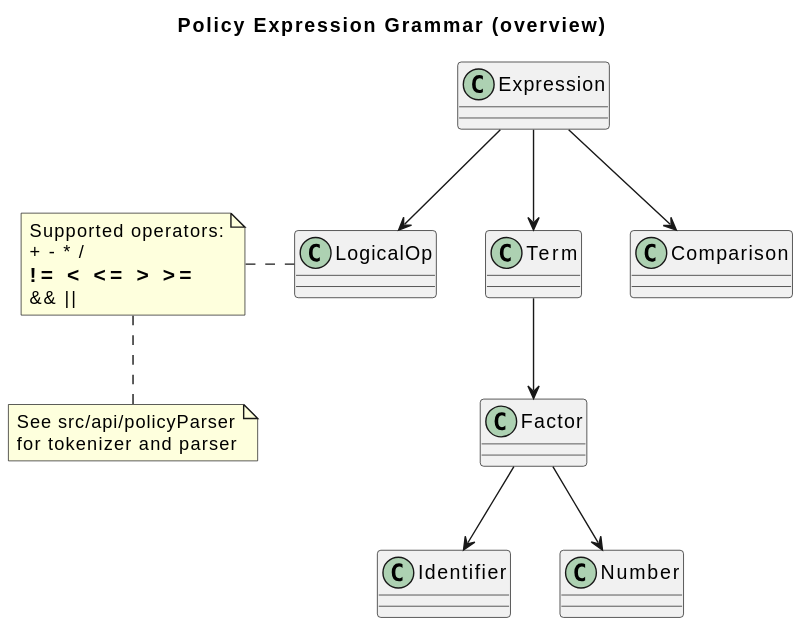
gforge/DUK keeps this PlantUML diagram as docs/diagrams/policy-grammar.svg. Above is the earlier version.
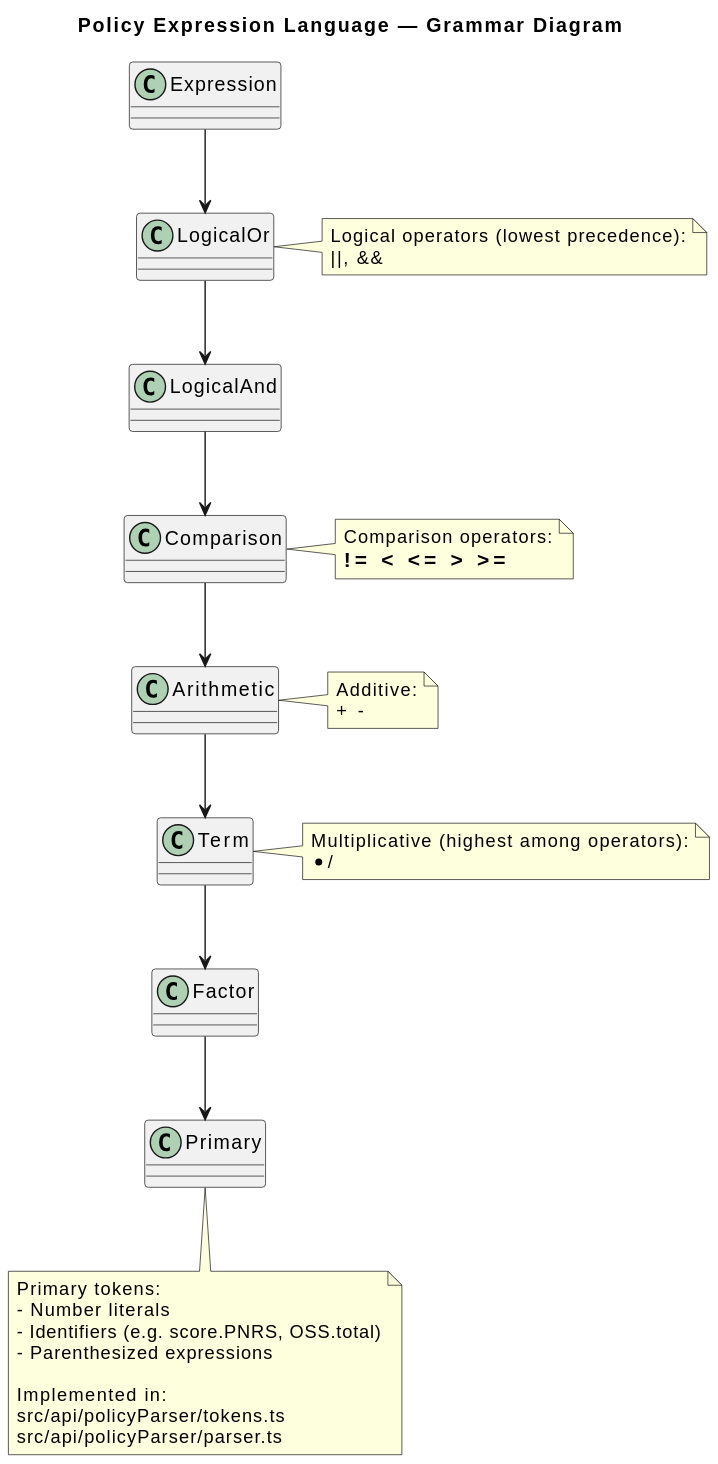
After the change.

What changed in the source:
```diff
@@ -1,30 +1,51 @@
 @startuml
-title Policy Expression Grammar (overview)
+title Policy Expression Language — Grammar Diagram
 
-class Expression
-class Term
-class Factor
-class Identifier
-class Number
-class Comparison
-class LogicalOp
+class "Expression" as Expression
+class "LogicalOr" as LogicalOr
+class "LogicalAnd" as LogicalAnd
+class "Comparison" as Comparison
+class "Arithmetic" as Arithmetic
+class "Term" as Term
+class "Factor" as Factor
+class "Primary" as Primary
 
-Expression --> Term
+Expression --> LogicalOr
+LogicalOr --> LogicalAnd
+LogicalAnd --> Comparison
+Comparison --> Arithmetic
+Arithmetic --> Term
 Term --> Factor
-Factor --> Identifier
-Factor --> Number
-Expression --> Comparison
-Expression --> LogicalOp
+Factor --> Primary
 
-note left
-  Supported operators:
-  + - * /
-  == != < <= > >=
-  && ||
+note right of LogicalOr
+  Logical operators (lowest precedence):
+  ||, &&
 end note
 
-note bottom
-  See src/api/policyParser
-  for tokenizer and parser
+note right of Comparison
+  Comparison operators:
+  == != < <= > >=
+end note
+
+note right of Arithmetic
+  Additive:
+  + -
+end note
+
+note right of Term
+  Multiplicative (highest among operators):
+  * /
+end note
+
+note bottom of Primary
+  Primary tokens:
+  - Number literals
+  - Identifiers (e.g. score.PNRS, OSS.total)
+  - Parenthesized expressions
+
+  Implemented in:
+  src/api/policyParser/tokens.ts
+  src/api/policyParser/parser.ts
 end note
 @enduml
```
